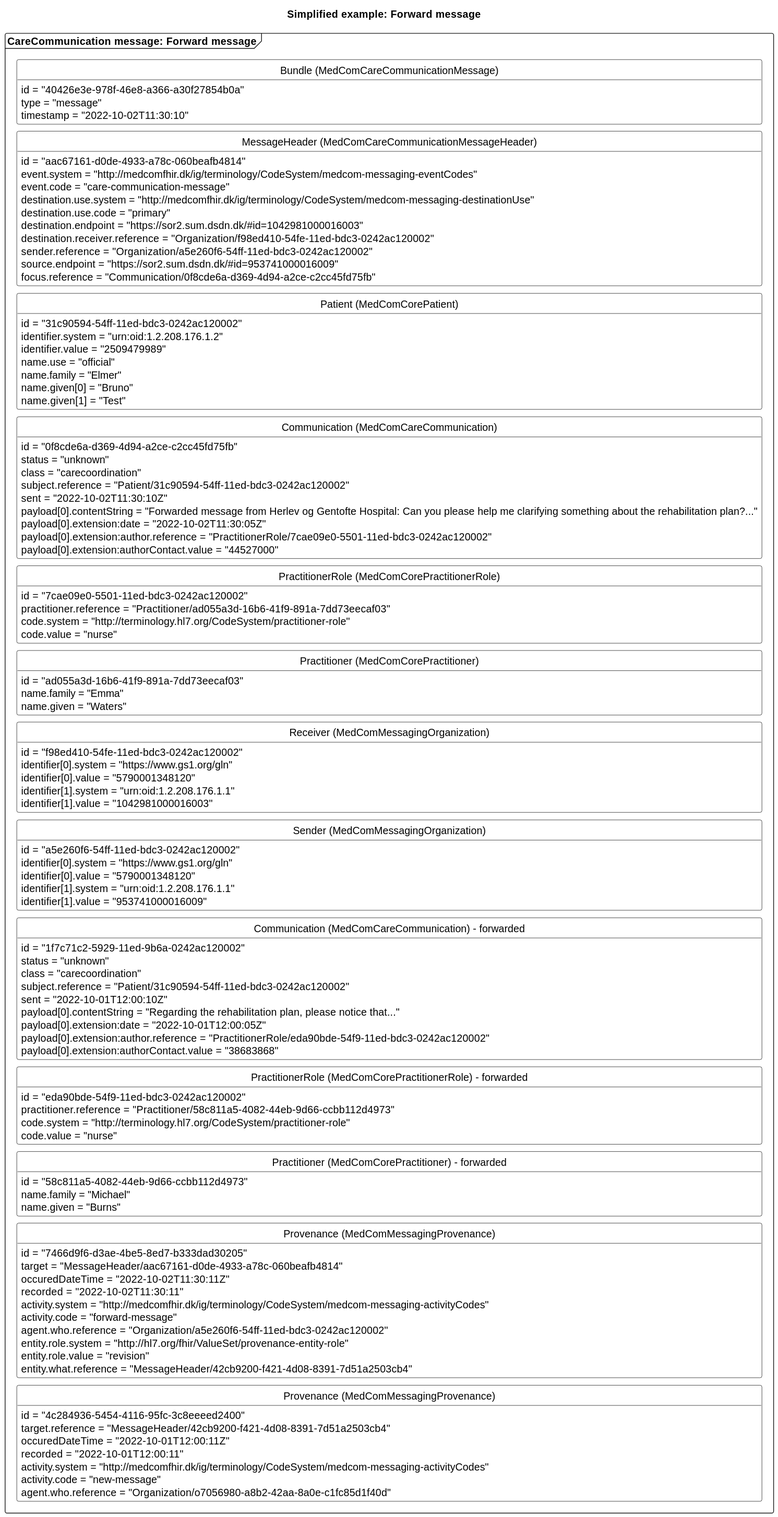
The PlantUML diagram input/images/carecommunication/CCForwardMessage2.svg in medcomdk/dk-medcom-carecommunication, before a commit. Its diagram source:
```plantuml
@startuml CCForwardMessage2

skinparam class {
    BackgroundColor White
    BorderColor Black
    ArrowColor Black
  }
hide circle
hide empty members
skinparam SameClassWidth true
skinparam Ranksep 10


title Simplified example: Forward message

package "CareCommunication message: Forward message" as forward <<Frame>>{
    class "Bundle (MedComCareCommunicationMessage)" as forwardB {
        id = "40426e3e-978f-46e8-a366-a30f27854b0a"
        type = "message"
        timestamp = "2022-10-02T11:30:10"
    }
    class "MessageHeader (MedComCareCommunicationMessageHeader)" as forwardMH{
        id = "aac67161-d0de-4933-a78c-060beafb4814"
        event.system = "http://medcomfhir.dk/ig/terminology/CodeSystem/medcom-messaging-eventCodes"
        event.code = "care-communication-message"
        destination.use.system = "http://medcomfhir.dk/ig/terminology/CodeSystem/medcom-messaging-destinationUse"
        destination.use.code = "primary"
        destination.endpoint = "https://sor2.sum.dsdn.dk/#id=1042981000016003"
        destination.receiver.reference = "Organization/f98ed410-54fe-11ed-bdc3-0242ac120002"
        sender.reference = "Organization/a5e260f6-54ff-11ed-bdc3-0242ac120002"
        source.endpoint = "https://sor2.sum.dsdn.dk/#id=953741000016009"
        focus.reference = "Communication/0f8cde6a-d369-4d94-a2ce-c2cc45fd75fb"
    }
    class "Patient (MedComCorePatient)" as forwardPT{
        id = "31c90594-54ff-11ed-bdc3-0242ac120002"
        identifier.system = "urn:oid:1.2.208.176.1.2"
        identifier.value = "2509479989"
        name.use = "official"
        name.family = "Elmer"
        name.given[0] = "Bruno"
        name.given[1] = "Test"
    }
    class "Communication (MedComCareCommunication)" as forwardCom{
        id = "0f8cde6a-d369-4d94-a2ce-c2cc45fd75fb"
        status = "unknown"
        class = "carecoordination"
        subject.reference = "Patient/31c90594-54ff-11ed-bdc3-0242ac120002"
        sent = "2022-10-02T11:30:10Z"
        payload[0].contentString = "Forwarded message from Herlev og Gentofte Hospital: Can you please help me clarifying something about the rehabilitation plan?..."
        payload[0].extension:date = "2022-10-02T11:30:05Z"
        payload[0].extension:author.reference = "PractitionerRole/7cae09e0-5501-11ed-bdc3-0242ac120002"
        payload[0].extension:authorContact.value = "44527000"
    }
    class "PractitionerRole (MedComCorePractitionerRole)" as forwardPracR{
        id = "7cae09e0-5501-11ed-bdc3-0242ac120002"
        practitioner.reference = "Practitioner/ad055a3d-16b6-41f9-891a-7dd73eecaf03"
        code.system = "http://terminology.hl7.org/CodeSystem/practitioner-role"
        code.value = "nurse"
    }
    class "Practitioner (MedComCorePractitioner)" as forwardPrac{
        id = "ad055a3d-16b6-41f9-891a-7dd73eecaf03"
        name.family = "Emma"
        name.given = "Waters"
    }
    class "Receiver (MedComMessagingOrganization)" as forwardROrg{
        id = "f98ed410-54fe-11ed-bdc3-0242ac120002"
        identifier[0].system = "https://www.gs1.org/gln"
        identifier[0].value = "5790001348120"
        identifier[1].system = "urn:oid:1.2.208.176.1.1"
        identifier[1].value = "1042981000016003"
    }
    class "Sender (MedComMessagingOrganization)" as forwardSOrg{
        id = "a5e260f6-54ff-11ed-bdc3-0242ac120002"
        identifier[0].system = "https://www.gs1.org/gln"
        identifier[0].value = "5790001348120"
        identifier[1].system = "urn:oid:1.2.208.176.1.1"
        identifier[1].value = "953741000016009"
    }
    class "Communication (MedComCareCommunication) - forwarded" as newCom{
        id = "1f7c71c2-5929-11ed-9b6a-0242ac120002"
        status = "unknown"
        class = "carecoordination"
        subject.reference = "Patient/31c90594-54ff-11ed-bdc3-0242ac120002"
        sent = "2022-10-01T12:00:10Z"
        payload[0].contentString = "Regarding the rehabilitation plan, please notice that..."
        payload[0].extension:date = "2022-10-01T12:00:05Z"
        payload[0].extension:author.reference = "PractitionerRole/eda90bde-54f9-11ed-bdc3-0242ac120002"
        payload[0].extension:authorContact.value = "38683868"
    }
    class "PractitionerRole (MedComCorePractitionerRole) - forwarded" as newPracR{
        id = "eda90bde-54f9-11ed-bdc3-0242ac120002"
        practitioner.reference = "Practitioner/58c811a5-4082-44eb-9d66-ccbb112d4973"
        code.system = "http://terminology.hl7.org/CodeSystem/practitioner-role"
        code.value = "nurse"
    }
    class "Practitioner (MedComCorePractitioner) - forwarded" as newPrac{
        id = "58c811a5-4082-44eb-9d66-ccbb112d4973"
        name.family = "Michael"
        name.given = "Burns"
    }
    class "Provenance (MedComMessagingProvenance)" as forwardPRO{
        id = "7466d9f6-d3ae-4be5-8ed7-b333dad30205"
        target = "MessageHeader/aac67161-d0de-4933-a78c-060beafb4814"
        occuredDateTime = "2022-10-02T11:30:11Z"
        recorded = "2022-10-02T11:30:11"
        activity.system = "http://medcomfhir.dk/ig/terminology/CodeSystem/medcom-messaging-activityCodes"
        activity.code = "forward-message"
        agent.who.reference = "Organization/a5e260f6-54ff-11ed-bdc3-0242ac120002"
        entity.role.system = "http://hl7.org/fhir/ValueSet/provenance-entity-role"
        entity.role.value = "revision"
        entity.what.reference = "MessageHeader/42cb9200-f421-4d08-8391-7d51a2503cb4"
    }
    class "Provenance (MedComMessagingProvenance)" as newPRO{
        id = "4c284936-5454-4116-95fc-3c8eeeed2400"
        target.reference = "MessageHeader/42cb9200-f421-4d08-8391-7d51a2503cb4"
        occuredDateTime = "2022-10-01T12:00:11Z"
        recorded = "2022-10-01T12:00:11"
        activity.system = "http://medcomfhir.dk/ig/terminology/CodeSystem/medcom-messaging-activityCodes"
        activity.code = "new-message"
        agent.who.reference = "Organization/o7056980-a8b2-42aa-8a0e-c1fc85d1f40d"
    }

forwardB -[hidden]- forwardMH
forwardMH -[hidden]-forwardPT
forwardPT-[hidden]-forwardCom
forwardCom -[hidden]-forwardPracR
forwardPracR-[hidden]-forwardPrac
forwardPrac-[hidden]-forwardROrg
forwardROrg-[hidden]- forwardSOrg
forwardSOrg-[hidden]-newCom
newCom-[hidden]-newPracR
newPracR-[hidden]-newPrac
newPrac-[hidden]-forwardPRO
forwardPRO-[hidden]-newPRO


@enduml
```
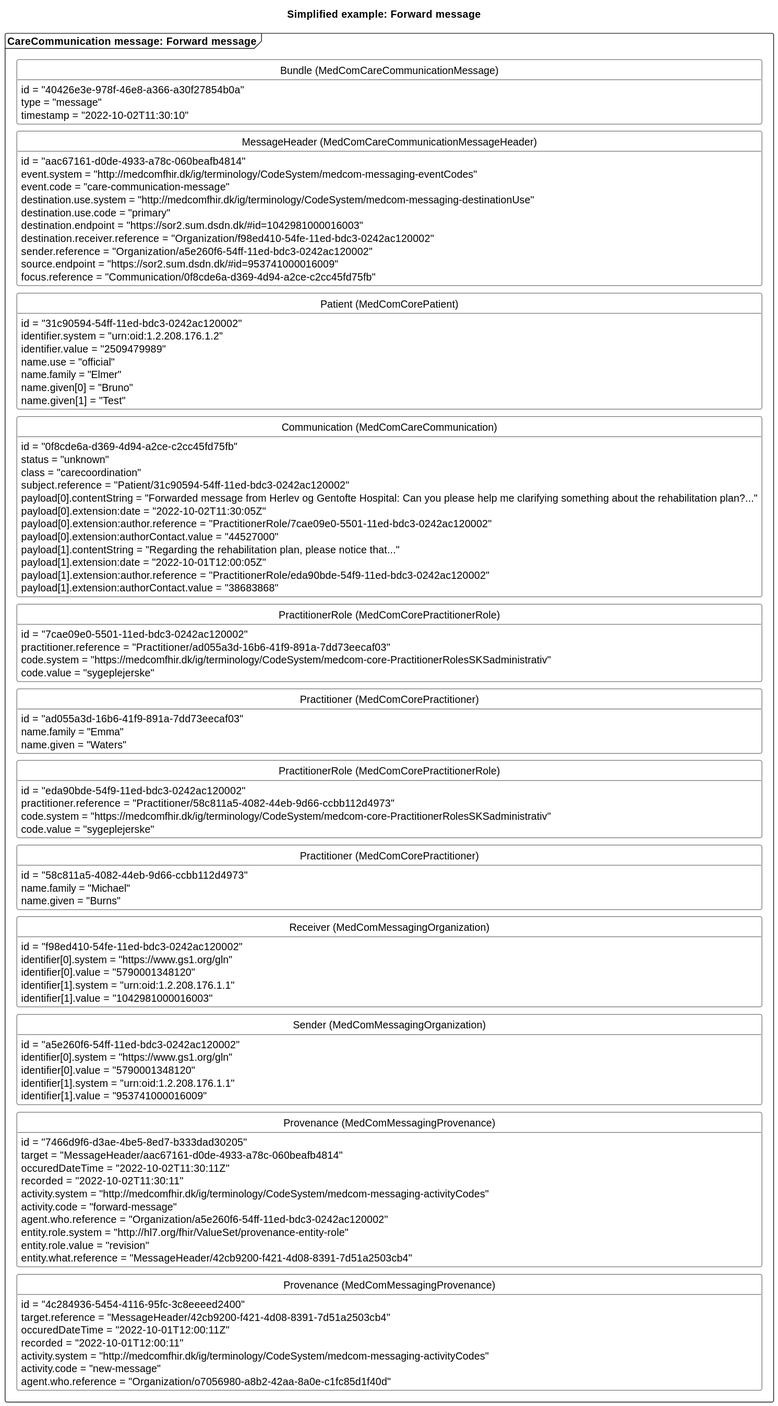
The same diagram one commit later.

The edit, as a diff of the source:
```diff
@@ -45,22 +45,36 @@
         status = "unknown"
         class = "carecoordination"
         subject.reference = "Patient/31c90594-54ff-11ed-bdc3-0242ac120002"
-        sent = "2022-10-02T11:30:10Z"
         payload[0].contentString = "Forwarded message from Herlev og Gentofte Hospital: Can you please help me clarifying something about the rehabilitation plan?..."
         payload[0].extension:date = "2022-10-02T11:30:05Z"
         payload[0].extension:author.reference = "PractitionerRole/7cae09e0-5501-11ed-bdc3-0242ac120002"
         payload[0].extension:authorContact.value = "44527000"
+        payload[1].contentString = "Regarding the rehabilitation plan, please notice that..."
+        payload[1].extension:date = "2022-10-01T12:00:05Z"
+        payload[1].extension:author.reference = "PractitionerRole/eda90bde-54f9-11ed-bdc3-0242ac120002"
+        payload[1].extension:authorContact.value = "38683868"
     }
     class "PractitionerRole (MedComCorePractitionerRole)" as forwardPracR{
         id = "7cae09e0-5501-11ed-bdc3-0242ac120002"
         practitioner.reference = "Practitioner/ad055a3d-16b6-41f9-891a-7dd73eecaf03"
-        code.system = "http://terminology.hl7.org/CodeSystem/practitioner-role"
-        code.value = "nurse"
+        code.system = "https://medcomfhir.dk/ig/terminology/CodeSystem/medcom-core-PractitionerRolesSKSadministrativ"
+        code.value = "sygeplejerske"
     }
     class "Practitioner (MedComCorePractitioner)" as forwardPrac{
         id = "ad055a3d-16b6-41f9-891a-7dd73eecaf03"
         name.family = "Emma"
         name.given = "Waters"
+    }
+    class "PractitionerRole (MedComCorePractitionerRole)" as newPracR{
+        id = "eda90bde-54f9-11ed-bdc3-0242ac120002"
+        practitioner.reference = "Practitioner/58c811a5-4082-44eb-9d66-ccbb112d4973"
+        code.system = "https://medcomfhir.dk/ig/terminology/CodeSystem/medcom-core-PractitionerRolesSKSadministrativ"
+        code.value = "sygeplejerske"
+    }
+    class "Practitioner (MedComCorePractitioner)" as newPrac{
+        id = "58c811a5-4082-44eb-9d66-ccbb112d4973"
+        name.family = "Michael"
+        name.given = "Burns"
     }
     class "Receiver (MedComMessagingOrganization)" as forwardROrg{
         id = "f98ed410-54fe-11ed-bdc3-0242ac120002"
@@ -75,28 +89,6 @@
         identifier[0].value = "5790001348120"
         identifier[1].system = "urn:oid:1.2.208.176.1.1"
         identifier[1].value = "953741000016009"
-    }
-    class "Communication (MedComCareCommunication) - forwarded" as newCom{
-        id = "1f7c71c2-5929-11ed-9b6a-0242ac120002"
-        status = "unknown"
-        class = "carecoordination"
-        subject.reference = "Patient/31c90594-54ff-11ed-bdc3-0242ac120002"
-        sent = "2022-10-01T12:00:10Z"
-        payload[0].contentString = "Regarding the rehabilitation plan, please notice that..."
-        payload[0].extension:date = "2022-10-01T12:00:05Z"
-        payload[0].extension:author.reference = "PractitionerRole/eda90bde-54f9-11ed-bdc3-0242ac120002"
-        payload[0].extension:authorContact.value = "38683868"
-    }
-    class "PractitionerRole (MedComCorePractitionerRole) - forwarded" as newPracR{
-        id = "eda90bde-54f9-11ed-bdc3-0242ac120002"
-        practitioner.reference = "Practitioner/58c811a5-4082-44eb-9d66-ccbb112d4973"
-        code.system = "http://terminology.hl7.org/CodeSystem/practitioner-role"
-        code.value = "nurse"
-    }
-    class "Practitioner (MedComCorePractitioner) - forwarded" as newPrac{
-        id = "58c811a5-4082-44eb-9d66-ccbb112d4973"
-        name.family = "Michael"
-        name.given = "Burns"
     }
     class "Provenance (MedComMessagingProvenance)" as forwardPRO{
         id = "7466d9f6-d3ae-4be5-8ed7-b333dad30205"
@@ -125,12 +117,11 @@
 forwardPT-[hidden]-forwardCom
 forwardCom -[hidden]-forwardPracR
 forwardPracR-[hidden]-forwardPrac
-forwardPrac-[hidden]-forwardROrg
+forwardPrac-[hidden]-newPracR
+newPracR-[hidden]-newPrac
+newPrac-[hidden]-forwardROrg
 forwardROrg-[hidden]- forwardSOrg
-forwardSOrg-[hidden]-newCom
-newCom-[hidden]-newPracR
-newPracR-[hidden]-newPrac
-newPrac-[hidden]-forwardPRO
+forwardSOrg-[hidden]-forwardPRO
 forwardPRO-[hidden]-newPRO
 
 
```
